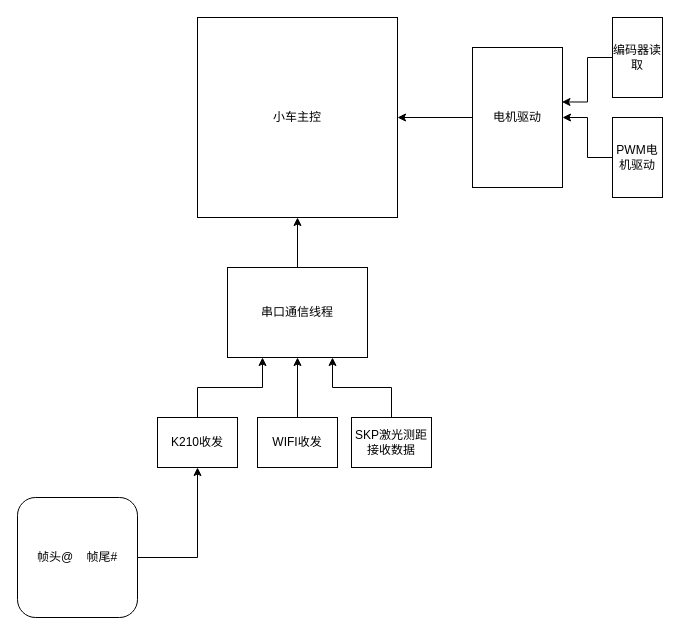
Before: 小车软件框架.drawio in Garsad/Intelligent-tracking-car-C52, a draw.io diagram. Source tidied: cells renumbered, new cells numbered last; positions are measured from the earlier drawing's top-left corner, leaving out a move shared by most shapes. Both pictures are drawn from the tidied source at 100%, with x=0, y=0 at pixel (17, 17).
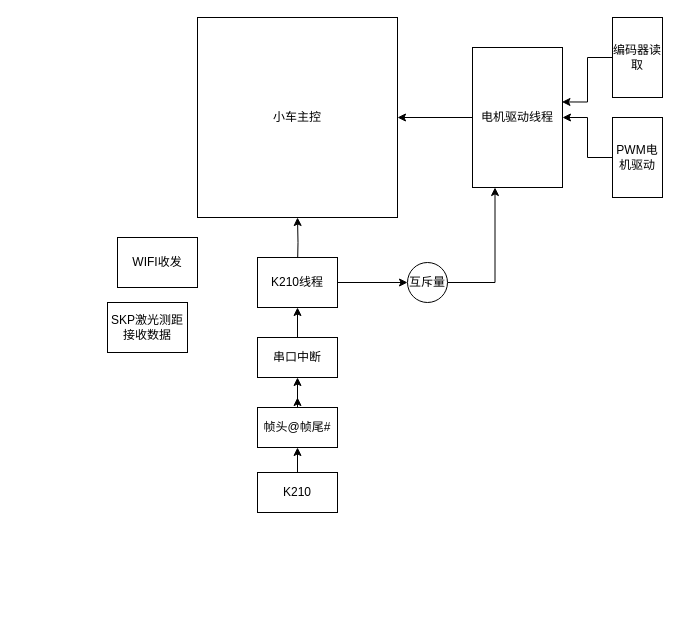
Above is the later version.

Commit message:
更新小车软件框架.drawio

Unchanged cells that the change refers to:
```xml
<mxCell id="2" value="小车主控" style="whiteSpace=wrap;html=1;" parent="1" vertex="1">
  <mxGeometry x="180" width="200" height="200" as="geometry" />
</mxCell>
```

Change to the diagram source:
```diff
@@
-    <mxCell id="3" style="edgeStyle=orthogonalEdgeStyle;rounded=0;jettySize=auto;html=1;entryX=0.5;entryY=1;entryDx=0;entryDy=0;" parent="1" edge="1" source="4" target="2">
-      <mxGeometry relative="1" as="geometry" />
+    <mxCell id="3" style="edgeStyle=orthogonalEdgeStyle;rounded=0;jettySize=auto;html=1;entryX=0.5;entryY=1;entryDx=0;entryDy=0;" parent="1" edge="1" target="2">
+      <mxGeometry relative="1" as="geometry">
+        <mxPoint x="280" y="250" as="sourcePoint" />
+      </mxGeometry>
     </mxCell>
-    <mxCell id="4" value="串口通信线程" style="rounded=0;whiteSpace=wrap;html=1;" parent="1" vertex="1">
-      <mxGeometry x="210" y="250" width="140" height="90" as="geometry" />
-    </mxCell>
-    <mxCell id="5" style="edgeStyle=orthogonalEdgeStyle;rounded=0;jettySize=auto;html=1;entryX=0.25;entryY=1;entryDx=0;entryDy=0;" parent="1" edge="1" source="6" target="4">
-      <mxGeometry relative="1" as="geometry" />
-    </mxCell>
+    <mxCell id="19" style="edgeStyle=orthogonalEdgeStyle;rounded=0;jettySize=auto;html=1;" parent="1" edge="1" source="6" target="28">
+      <mxGeometry relative="1" as="geometry" />
+    </mxCell>
-    <mxCell id="6" value="K210收发" style="rounded=0;whiteSpace=wrap;html=1;" parent="1" vertex="1">
-      <mxGeometry x="140" y="400" width="80" height="50" as="geometry" />
+    <mxCell id="6" value="K210线程" style="rounded=0;whiteSpace=wrap;html=1;" parent="1" vertex="1">
+      <mxGeometry x="240" y="240" width="80" height="50" as="geometry" />
     </mxCell>
-    <mxCell id="7" style="edgeStyle=orthogonalEdgeStyle;rounded=0;jettySize=auto;html=1;entryX=0.5;entryY=1;entryDx=0;entryDy=0;" parent="1" edge="1" source="8" target="4">
-      <mxGeometry relative="1" as="geometry" />
-    </mxCell>
     <mxCell id="8" value="WIFI收发" style="rounded=0;whiteSpace=wrap;html=1;" parent="1" vertex="1">
-      <mxGeometry x="240" y="400" width="80" height="50" as="geometry" />
+      <mxGeometry x="100" y="220" width="80" height="50" as="geometry" />
     </mxCell>
-    <mxCell id="9" style="edgeStyle=orthogonalEdgeStyle;rounded=0;jettySize=auto;html=1;entryX=0.75;entryY=1;entryDx=0;entryDy=0;" parent="1" edge="1" source="10" target="4">
-      <mxGeometry relative="1" as="geometry" />
-    </mxCell>
     <mxCell id="10" value="SKP激光测距接收数据" style="rounded=0;whiteSpace=wrap;html=1;" parent="1" vertex="1">
-      <mxGeometry x="334" y="400" width="80" height="50" as="geometry" />
+      <mxGeometry x="90" y="285" width="80" height="50" as="geometry" />
     </mxCell>
@@
-    <mxCell id="12" value="电机驱动" style="rounded=0;whiteSpace=wrap;html=1;direction=south;" parent="1" vertex="1">
+    <mxCell id="12" value="电机驱动线程" style="rounded=0;whiteSpace=wrap;html=1;direction=south;" parent="1" vertex="1">
       <mxGeometry x="455" y="30" width="90" height="140" as="geometry" />
     </mxCell>
@@
-    <mxCell id="17" style="edgeStyle=orthogonalEdgeStyle;rounded=0;jettySize=auto;html=1;entryX=0.5;entryY=1;entryDx=0;entryDy=0;" parent="1" edge="1" source="18" target="6">
-      <mxGeometry relative="1" as="geometry" />
-    </mxCell>
-    <mxCell id="18" value="帧头@&amp;nbsp; &amp;nbsp; 帧尾#" style="rounded=1;whiteSpace=wrap;html=1;" parent="1" vertex="1">
-      <mxGeometry y="480" width="120" height="120" as="geometry" />
-    </mxCell>
+    <mxCell id="20" style="edgeStyle=orthogonalEdgeStyle;rounded=0;jettySize=auto;html=1;" parent="1" edge="1" source="21" target="24">
+      <mxGeometry relative="1" as="geometry" />
+    </mxCell>
+    <mxCell id="21" value="K210" style="rounded=0;whiteSpace=wrap;html=1;direction=west;" parent="1" vertex="1">
+      <mxGeometry x="240" y="455" width="80" height="40" as="geometry" />
+    </mxCell>
+    <mxCell id="22" style="edgeStyle=orthogonalEdgeStyle;rounded=0;jettySize=auto;html=1;exitX=0.5;exitY=0;exitDx=0;exitDy=0;entryX=0.5;entryY=1;entryDx=0;entryDy=0;" parent="1" edge="1" source="24">
+      <mxGeometry relative="1" as="geometry">
+        <mxPoint x="280" y="380" as="targetPoint" />
+      </mxGeometry>
+    </mxCell>
+    <mxCell id="23" style="edgeStyle=orthogonalEdgeStyle;rounded=0;jettySize=auto;html=1;" parent="1" edge="1" source="24" target="26">
+      <mxGeometry relative="1" as="geometry" />
+    </mxCell>
+    <mxCell id="24" value="帧头@帧尾#" style="rounded=0;whiteSpace=wrap;html=1;" parent="1" vertex="1">
+      <mxGeometry x="240" y="390" width="80" height="40" as="geometry" />
+    </mxCell>
+    <mxCell id="25" style="edgeStyle=orthogonalEdgeStyle;rounded=0;jettySize=auto;html=1;" parent="1" edge="1" source="26" target="6">
+      <mxGeometry relative="1" as="geometry" />
+    </mxCell>
+    <mxCell id="26" value="串口中断" style="rounded=0;whiteSpace=wrap;html=1;" parent="1" vertex="1">
+      <mxGeometry x="240" y="320" width="80" height="40" as="geometry" />
+    </mxCell>
+    <mxCell id="27" style="edgeStyle=orthogonalEdgeStyle;rounded=0;jettySize=auto;html=1;entryX=1;entryY=0.75;entryDx=0;entryDy=0;" parent="1" edge="1" source="28" target="12">
+      <mxGeometry relative="1" as="geometry" />
+    </mxCell>
+    <mxCell id="28" value="互斥量" style="ellipse;whiteSpace=wrap;html=1;" parent="1" vertex="1">
+      <mxGeometry x="390" y="245" width="40" height="40" as="geometry" />
+    </mxCell>
```
